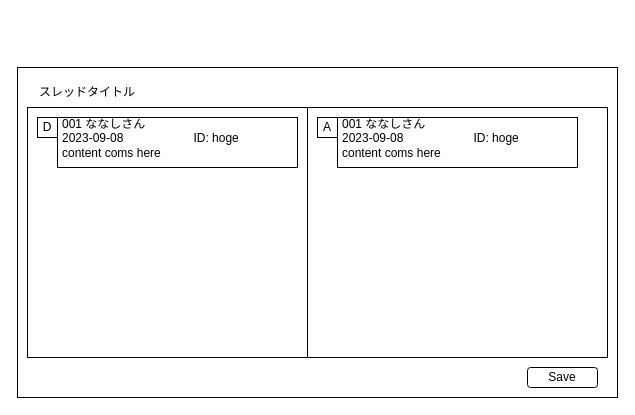
Before: page "UI - admin" (1 of 2) of docs/shota.drawio in eiji03aero/shota, a draw.io diagram. Source tidied: cells renumbered, new cells numbered last; positions are measured from the earlier drawing's top-left corner, leaving out a move shared by most shapes. Both pictures are drawn from the tidied source at 100%, with x=0, y=0 at pixel (17, 67).
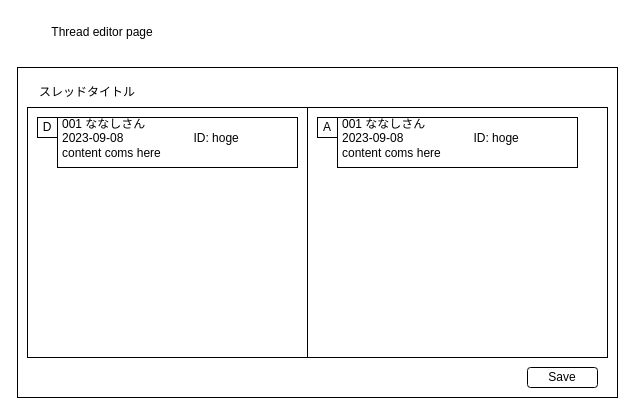
Above is the later version.

Diff of the diagram source:
```diff
@@
 <mxGraphModel>
   <root>
     <mxCell id="0" />
     <mxCell id="1" parent="0" />
     <mxCell id="2" style="rounded=0;whiteSpace=wrap;html=1;" parent="1" vertex="1">
       <mxGeometry width="600" height="330" as="geometry" />
     </mxCell>
     <mxCell id="3" style="rounded=0;whiteSpace=wrap;html=1;" parent="1" vertex="1">
       <mxGeometry x="10" y="40" width="280" height="250" as="geometry" />
     </mxCell>
     <mxCell id="4" style="rounded=0;whiteSpace=wrap;html=1;" parent="1" vertex="1">
       <mxGeometry x="290" y="40" width="300" height="250" as="geometry" />
     </mxCell>
     <mxCell id="5" value="Save" style="rounded=1;whiteSpace=wrap;html=1;" parent="1" vertex="1">
       <mxGeometry x="510" y="300" width="70" height="20" as="geometry" />
     </mxCell>
     <mxCell id="6" value="スレッドタイトル" style="text;html=1;strokeColor=none;fillColor=none;align=center;verticalAlign=middle;whiteSpace=wrap;rounded=0;" parent="1" vertex="1">
       <mxGeometry x="10" y="10" width="120" height="30" as="geometry" />
     </mxCell>
     <mxCell id="7" style="group;" parent="1" vertex="1">
       <mxGeometry x="40" y="50" width="270" height="50" as="geometry" />
     </mxCell>
     <mxCell id="8" style="rounded=0;whiteSpace=wrap;html=1;" parent="7" vertex="1">
       <mxGeometry width="240" height="50" as="geometry" />
     </mxCell>
     <mxCell id="9" value="001 ななしさん&lt;br&gt;2023-09-08&amp;nbsp; &amp;nbsp; &amp;nbsp; &amp;nbsp; &amp;nbsp; &amp;nbsp; &amp;nbsp; &amp;nbsp; &amp;nbsp; &amp;nbsp; &amp;nbsp;ID: hoge&lt;br&gt;content coms here" style="text;html=1;strokeColor=none;fillColor=none;spacing=5;spacingTop=-20;whiteSpace=wrap;overflow=hidden;rounded=0;" parent="7" vertex="1">
       <mxGeometry y="10" width="270" height="40" as="geometry" />
     </mxCell>
     <mxCell id="10" style="group;" parent="1" vertex="1">
       <mxGeometry x="320" y="50" width="270" height="50" as="geometry" />
     </mxCell>
     <mxCell id="11" style="rounded=0;whiteSpace=wrap;html=1;" parent="10" vertex="1">
       <mxGeometry width="240" height="50" as="geometry" />
     </mxCell>
     <mxCell id="12" value="001 ななしさん&lt;br&gt;2023-09-08&amp;nbsp; &amp;nbsp; &amp;nbsp; &amp;nbsp; &amp;nbsp; &amp;nbsp; &amp;nbsp; &amp;nbsp; &amp;nbsp; &amp;nbsp; &amp;nbsp;ID: hoge&lt;br&gt;content coms here" style="text;html=1;strokeColor=none;fillColor=none;spacing=5;spacingTop=-20;whiteSpace=wrap;overflow=hidden;rounded=0;" parent="10" vertex="1">
       <mxGeometry y="10" width="270" height="40" as="geometry" />
     </mxCell>
     <mxCell id="13" value="A" style="rounded=0;whiteSpace=wrap;html=1;" parent="1" vertex="1">
       <mxGeometry x="300" y="50" width="20" height="20" as="geometry" />
     </mxCell>
     <mxCell id="14" value="D" style="rounded=0;whiteSpace=wrap;html=1;" parent="1" vertex="1">
       <mxGeometry x="20" y="50" width="20" height="20" as="geometry" />
     </mxCell>
+    <mxCell id="15" value="Thread editor page" style="text;html=1;strokeColor=none;fillColor=none;align=center;verticalAlign=middle;whiteSpace=wrap;rounded=0;" parent="1" vertex="1">
+      <mxGeometry y="-50" width="170" height="30" as="geometry" />
+    </mxCell>
   </root>
 </mxGraphModel>
```
